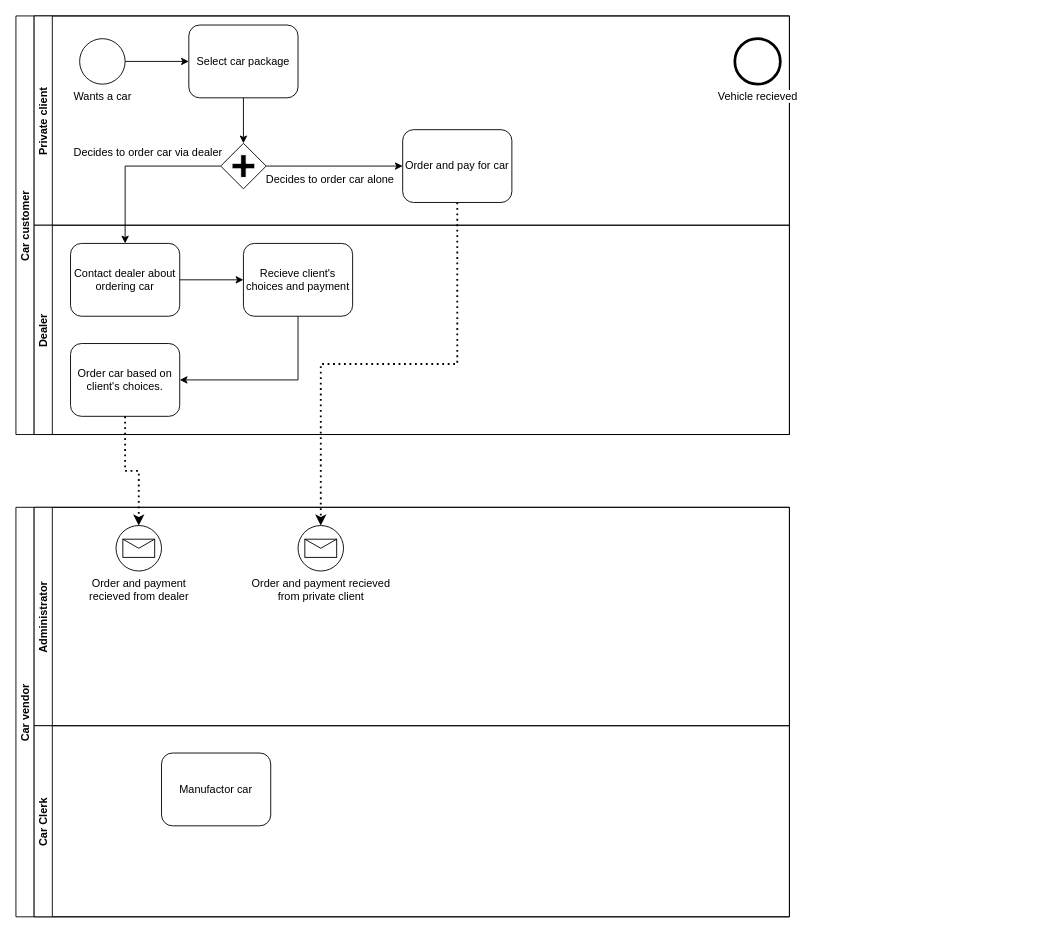
Before: BPMN.drawio in combatants7/Win, a draw.io diagram. Source tidied: cells renumbered, new cells numbered last; positions are measured from the earlier drawing's top-left corner, leaving out a move shared by most shapes. Both pictures are drawn from the tidied source at 91%, with x=0, y=0 at pixel (15, 15).
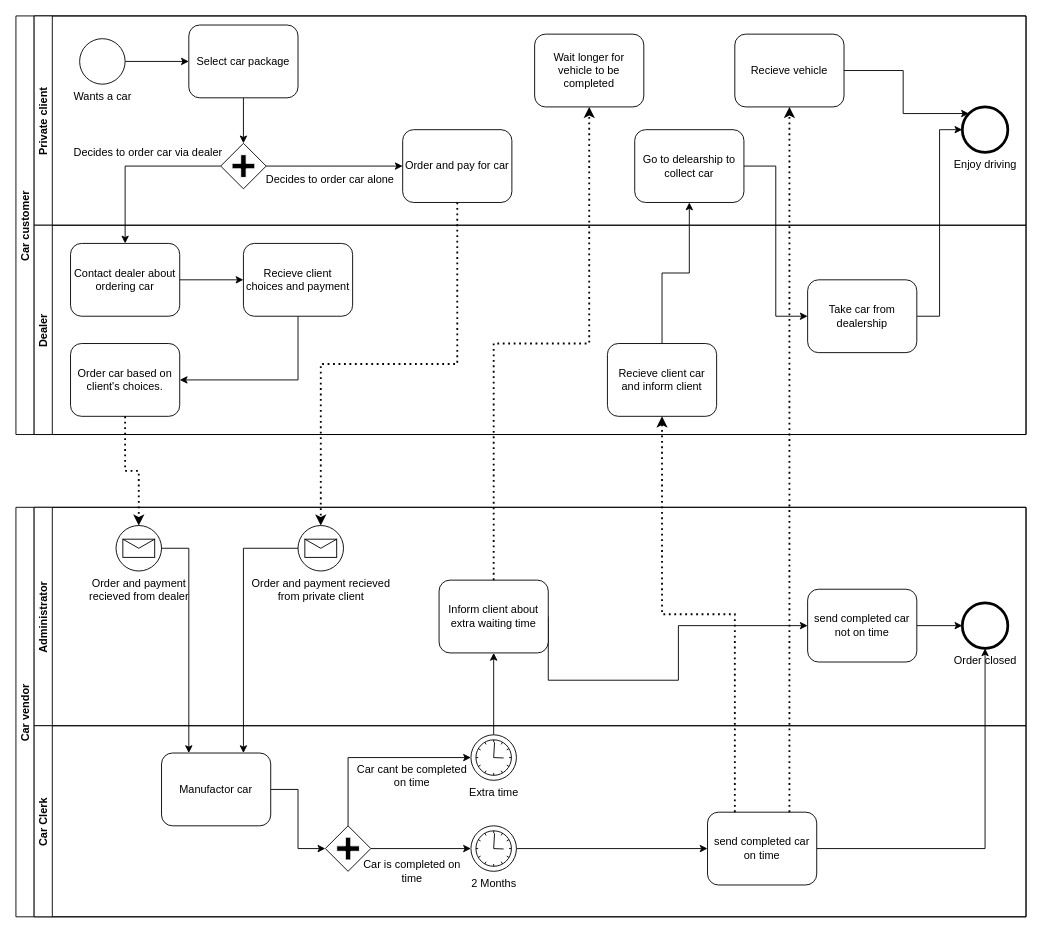
Above is the later version.

Unchanged cells that the change refers to:
```xml
<mxCell id="4" value="&lt;div&gt;Order and payment recieved &lt;br&gt;&lt;/div&gt;&lt;div&gt;from private client&lt;br&gt;&lt;/div&gt;" style="shape=mxgraph.bpmn.shape;html=1;verticalLabelPosition=bottom;labelBackgroundColor=#ffffff;verticalAlign=top;align=center;perimeter=ellipsePerimeter;outlineConnect=0;outline=standard;symbol=message;" parent="3" vertex="1">
  <mxGeometry x="290" y="20" width="50" height="50" as="geometry" />
</mxCell>
<mxCell id="5" value="&lt;div&gt;Order and payment &lt;br&gt;&lt;/div&gt;&lt;div&gt;recieved from dealer&lt;/div&gt;" style="shape=mxgraph.bpmn.shape;html=1;verticalLabelPosition=bottom;labelBackgroundColor=#ffffff;verticalAlign=top;align=center;perimeter=ellipsePerimeter;outlineConnect=0;outline=standard;symbol=message;" parent="3" vertex="1">
  <mxGeometry x="90" y="20" width="50" height="50" as="geometry" />
</mxCell>
<mxCell id="6" value="Manufactor car" style="shape=ext;rounded=1;html=1;whiteSpace=wrap;" parent="2" vertex="1">
  <mxGeometry x="160" y="270" width="120" height="80" as="geometry" />
</mxCell>
```

Diff of the diagram source:
```diff
@@
     <mxCell id="2" value="Car vendor" style="swimlane;startSize=20;horizontal=0;" parent="1" vertex="1">
-      <mxGeometry y="540" width="850" height="450" as="geometry" />
+      <mxGeometry y="540" width="1110" height="450" as="geometry" />
     </mxCell>
     <mxCell id="3" value="Administrator" style="swimlane;startSize=20;horizontal=0;" parent="2" vertex="1">
-      <mxGeometry x="20" width="830" height="240" as="geometry" />
+      <mxGeometry x="20" width="1090" height="240" as="geometry" />
     </mxCell>
@@
+    <mxCell id="29" style="edgeStyle=orthogonalEdgeStyle;rounded=0;jettySize=auto;html=1;exitX=1;exitY=0.5;exitDx=0;exitDy=0;entryX=0;entryY=0.5;entryDx=0;entryDy=0;strokeWidth=1;" parent="3" edge="1" source="30" target="32">
+      <mxGeometry relative="1" as="geometry">
+        <Array as="points">
+          <mxPoint x="565" y="190" />
+          <mxPoint x="708" y="190" />
+          <mxPoint x="708" y="130" />
+        </Array>
+      </mxGeometry>
+    </mxCell>
+    <mxCell id="30" value="Inform client about extra waiting time" style="shape=ext;rounded=1;html=1;whiteSpace=wrap;" parent="3" vertex="1">
+      <mxGeometry x="445" y="80" width="120" height="80" as="geometry" />
+    </mxCell>
+    <mxCell id="31" style="edgeStyle=orthogonalEdgeStyle;rounded=0;jettySize=auto;html=1;exitX=1;exitY=0.5;exitDx=0;exitDy=0;entryX=0;entryY=0.5;entryDx=0;entryDy=0;strokeWidth=1;" parent="3" edge="1" source="32" target="33">
+      <mxGeometry relative="1" as="geometry" />
+    </mxCell>
+    <mxCell id="32" value="&lt;div&gt;send completed car &lt;br&gt;&lt;/div&gt;&lt;div&gt;not on time&lt;br&gt;&lt;/div&gt;" style="shape=ext;rounded=1;html=1;whiteSpace=wrap;" parent="3" vertex="1">
+      <mxGeometry x="850" y="90" width="120" height="80" as="geometry" />
+    </mxCell>
+    <mxCell id="33" value="Order closed" style="shape=mxgraph.bpmn.shape;html=1;verticalLabelPosition=bottom;labelBackgroundColor=#ffffff;verticalAlign=top;align=center;perimeter=ellipsePerimeter;outlineConnect=0;outline=end;symbol=general;" parent="3" vertex="1">
+      <mxGeometry x="1020" y="105" width="50" height="50" as="geometry" />
+    </mxCell>
+    <mxCell id="34" style="edgeStyle=orthogonalEdgeStyle;rounded=0;jettySize=auto;html=1;exitX=1;exitY=0.5;exitDx=0;exitDy=0;entryX=0;entryY=0.5;entryDx=0;entryDy=0;strokeWidth=1;" parent="2" edge="1" source="6" target="37">
+      <mxGeometry relative="1" as="geometry" />
+    </mxCell>
@@
+    <mxCell id="35" style="edgeStyle=orthogonalEdgeStyle;rounded=0;jettySize=auto;html=1;exitX=1;exitY=0.5;exitDx=0;exitDy=0;entryX=0;entryY=0.5;entryDx=0;entryDy=0;strokeWidth=1;" parent="2" edge="1" source="37" target="39">
+      <mxGeometry relative="1" as="geometry" />
+    </mxCell>
+    <mxCell id="36" style="edgeStyle=orthogonalEdgeStyle;rounded=0;jettySize=auto;html=1;exitX=0.5;exitY=0;exitDx=0;exitDy=0;entryX=0;entryY=0.5;entryDx=0;entryDy=0;strokeWidth=1;" parent="2" edge="1" source="37" target="42">
+      <mxGeometry relative="1" as="geometry" />
+    </mxCell>
+    <mxCell id="37" style="shape=mxgraph.bpmn.shape;html=1;verticalLabelPosition=bottom;labelBackgroundColor=#ffffff;verticalAlign=top;align=center;perimeter=rhombusPerimeter;background=gateway;outlineConnect=0;outline=none;symbol=parallelGw;" parent="2" vertex="1">
+      <mxGeometry x="340" y="350" width="50" height="50" as="geometry" />
+    </mxCell>
+    <mxCell id="38" style="edgeStyle=orthogonalEdgeStyle;rounded=0;jettySize=auto;html=1;exitX=1;exitY=0.5;exitDx=0;exitDy=0;entryX=0;entryY=0.5;entryDx=0;entryDy=0;strokeWidth=1;" parent="2" edge="1" source="39" target="46">
+      <mxGeometry relative="1" as="geometry" />
+    </mxCell>
+    <mxCell id="39" value="2 Months" style="shape=mxgraph.bpmn.shape;html=1;verticalLabelPosition=bottom;labelBackgroundColor=#ffffff;verticalAlign=top;align=center;perimeter=ellipsePerimeter;outlineConnect=0;outline=standard;symbol=timer;" parent="2" vertex="1">
+      <mxGeometry x="500" y="350" width="50" height="50" as="geometry" />
+    </mxCell>
+    <mxCell id="40" value="&lt;div&gt;Car is completed on&lt;/div&gt;&lt;div&gt;time&lt;br&gt;&lt;/div&gt;" style="text;html=1;align=center;verticalAlign=middle;" parent="2" vertex="1">
+      <mxGeometry x="375" y="385" width="120" height="30" as="geometry" />
+    </mxCell>
+    <mxCell id="41" style="edgeStyle=orthogonalEdgeStyle;rounded=0;jettySize=auto;html=1;exitX=0.5;exitY=0;exitDx=0;exitDy=0;entryX=0.5;entryY=1;entryDx=0;entryDy=0;strokeWidth=1;" parent="2" edge="1" source="42" target="30">
+      <mxGeometry relative="1" as="geometry" />
+    </mxCell>
+    <mxCell id="42" value="Extra time" style="shape=mxgraph.bpmn.shape;html=1;verticalLabelPosition=bottom;labelBackgroundColor=#ffffff;verticalAlign=top;align=center;perimeter=ellipsePerimeter;outlineConnect=0;outline=standard;symbol=timer;" parent="2" vertex="1">
+      <mxGeometry x="500" y="250" width="50" height="50" as="geometry" />
+    </mxCell>
+    <mxCell id="43" style="edgeStyle=orthogonalEdgeStyle;rounded=0;jettySize=auto;html=1;exitX=1;exitY=0.5;exitDx=0;exitDy=0;entryX=0.25;entryY=0;entryDx=0;entryDy=0;strokeWidth=1;" parent="2" edge="1" source="5" target="6">
+      <mxGeometry relative="1" as="geometry" />
+    </mxCell>
+    <mxCell id="44" style="edgeStyle=orthogonalEdgeStyle;rounded=0;jettySize=auto;html=1;exitX=0;exitY=0.5;exitDx=0;exitDy=0;entryX=0.75;entryY=0;entryDx=0;entryDy=0;strokeWidth=1;" parent="2" edge="1" source="4" target="6">
+      <mxGeometry relative="1" as="geometry" />
+    </mxCell>
+    <mxCell id="45" style="edgeStyle=orthogonalEdgeStyle;rounded=0;jettySize=auto;html=1;exitX=1;exitY=0.5;exitDx=0;exitDy=0;entryX=0.5;entryY=1;entryDx=0;entryDy=0;strokeWidth=1;" parent="2" edge="1" source="46" target="33">
+      <mxGeometry relative="1" as="geometry" />
+    </mxCell>
+    <mxCell id="46" value="&lt;div&gt;send completed car&lt;/div&gt;&lt;div&gt;on time&lt;br&gt;&lt;/div&gt;" style="shape=ext;rounded=1;html=1;whiteSpace=wrap;" parent="2" vertex="1">
+      <mxGeometry x="760" y="335" width="120" height="80" as="geometry" />
+    </mxCell>
+    <mxCell id="47" value="&lt;div&gt;Car cant be completed&lt;/div&gt;&lt;div&gt;on time&lt;br&gt;&lt;/div&gt;" style="text;html=1;align=center;verticalAlign=middle;" parent="2" vertex="1">
+      <mxGeometry x="365" y="280" width="140" height="30" as="geometry" />
+    </mxCell>
     <mxCell id="7" value="Car Clerk" style="swimlane;startSize=20;horizontal=0;" parent="1" vertex="1">
-      <mxGeometry x="20" y="780" width="830" height="210" as="geometry" />
+      <mxGeometry x="20" y="780" width="1090" height="210" as="geometry" />
     </mxCell>
     <mxCell id="8" value="Car customer" style="swimlane;startSize=20;horizontal=0;" parent="1" vertex="1">
-      <mxGeometry width="850" height="460" as="geometry" />
+      <mxGeometry width="1110" height="460" as="geometry" />
     </mxCell>
     <mxCell id="9" value="Private client" style="swimlane;startSize=20;horizontal=0;" parent="8" vertex="1">
-      <mxGeometry x="20" width="830" height="230" as="geometry" />
+      <mxGeometry x="20" width="1090" height="230" as="geometry" />
     </mxCell>
@@
-    <mxCell id="19" value="Vehicle recieved" style="shape=mxgraph.bpmn.shape;html=1;verticalLabelPosition=bottom;labelBackgroundColor=#ffffff;verticalAlign=top;align=center;perimeter=ellipsePerimeter;outlineConnect=0;outline=end;symbol=general;" parent="9" vertex="1">
-      <mxGeometry x="770" y="25" width="50" height="50" as="geometry" />
+    <mxCell id="19" value="Enjoy driving" style="shape=mxgraph.bpmn.shape;html=1;verticalLabelPosition=bottom;labelBackgroundColor=#ffffff;verticalAlign=top;align=center;perimeter=ellipsePerimeter;outlineConnect=0;outline=end;symbol=general;" parent="9" vertex="1">
+      <mxGeometry x="1020" y="100" width="50" height="50" as="geometry" />
     </mxCell>
+    <mxCell id="48" value="Wait longer for vehicle to be completed" style="shape=ext;rounded=1;html=1;whiteSpace=wrap;" parent="9" vertex="1">
+      <mxGeometry x="550" y="20" width="120" height="80" as="geometry" />
+    </mxCell>
+    <mxCell id="49" style="edgeStyle=orthogonalEdgeStyle;rounded=0;jettySize=auto;html=1;exitX=1;exitY=0.5;exitDx=0;exitDy=0;entryX=0.145;entryY=0.145;entryDx=0;entryDy=0;strokeWidth=1;entryPerimeter=0;" parent="9" edge="1" source="50" target="19">
+      <mxGeometry relative="1" as="geometry" />
+    </mxCell>
+    <mxCell id="50" value="Recieve vehicle" style="shape=ext;rounded=1;html=1;whiteSpace=wrap;" parent="9" vertex="1">
+      <mxGeometry x="770" y="20" width="120" height="80" as="geometry" />
+    </mxCell>
+    <mxCell id="51" value="Go to delearship to collect car" style="shape=ext;rounded=1;html=1;whiteSpace=wrap;" parent="9" vertex="1">
+      <mxGeometry x="660" y="125" width="120" height="80" as="geometry" />
+    </mxCell>
@@
-    <mxCell id="24" value="Recieve client's choices and payment" style="shape=ext;rounded=1;html=1;whiteSpace=wrap;" parent="8" vertex="1">
+    <mxCell id="24" value="Recieve client choices and payment" style="shape=ext;rounded=1;html=1;whiteSpace=wrap;" parent="8" vertex="1">
       <mxGeometry x="250" y="250" width="120" height="80" as="geometry" />
     </mxCell>
@@
+    <mxCell id="52" style="edgeStyle=orthogonalEdgeStyle;rounded=0;jettySize=auto;html=1;exitX=0.5;exitY=0;exitDx=0;exitDy=0;entryX=0.5;entryY=1;entryDx=0;entryDy=0;strokeWidth=1;" parent="8" edge="1" source="53" target="51">
+      <mxGeometry relative="1" as="geometry" />
+    </mxCell>
+    <mxCell id="53" value="Recieve client car and inform client" style="shape=ext;rounded=1;html=1;whiteSpace=wrap;" parent="8" vertex="1">
+      <mxGeometry x="650" y="360" width="120" height="80" as="geometry" />
+    </mxCell>
+    <mxCell id="54" style="edgeStyle=orthogonalEdgeStyle;rounded=0;jettySize=auto;html=1;exitX=1;exitY=0.5;exitDx=0;exitDy=0;strokeWidth=1;entryX=0;entryY=0.5;entryDx=0;entryDy=0;" parent="8" edge="1" source="55" target="19">
+      <mxGeometry relative="1" as="geometry" />
+    </mxCell>
+    <mxCell id="55" value="Take car from dealership" style="shape=ext;rounded=1;html=1;whiteSpace=wrap;" parent="8" vertex="1">
+      <mxGeometry x="870" y="290" width="120" height="80" as="geometry" />
+    </mxCell>
+    <mxCell id="56" style="edgeStyle=orthogonalEdgeStyle;rounded=0;jettySize=auto;html=1;exitX=1;exitY=0.5;exitDx=0;exitDy=0;entryX=0;entryY=0.5;entryDx=0;entryDy=0;strokeWidth=1;" parent="8" edge="1" source="51" target="55">
+      <mxGeometry relative="1" as="geometry" />
+    </mxCell>
     <mxCell id="26" value="Dealer" style="swimlane;startSize=20;horizontal=0;" parent="1" vertex="1">
-      <mxGeometry x="20" y="230" width="830" height="230" as="geometry" />
+      <mxGeometry x="20" y="230" width="1090" height="230" as="geometry" />
     </mxCell>
@@
+    <mxCell id="57" style="edgeStyle=orthogonalEdgeStyle;rounded=0;jettySize=auto;html=1;exitX=0.5;exitY=0;exitDx=0;exitDy=0;entryX=0.5;entryY=1;entryDx=0;entryDy=0;strokeWidth=1;strokeColor=none;dashed=1;dashPattern=1 1;" parent="1" edge="1" source="30" target="48">
+      <mxGeometry relative="1" as="geometry" />
+    </mxCell>
+    <mxCell id="58" style="edgeStyle=orthogonalEdgeStyle;rounded=0;jettySize=auto;html=1;exitX=0.5;exitY=0;exitDx=0;exitDy=0;entryX=0.5;entryY=1;entryDx=0;entryDy=0;dashed=1;strokeWidth=2;dashPattern=1 2;" parent="1" edge="1" source="30" target="48">
+      <mxGeometry relative="1" as="geometry" />
+    </mxCell>
+    <mxCell id="59" style="edgeStyle=orthogonalEdgeStyle;rounded=0;jettySize=auto;html=1;exitX=0.25;exitY=0;exitDx=0;exitDy=0;entryX=0.5;entryY=1;entryDx=0;entryDy=0;strokeWidth=2;dashed=1;dashPattern=1 2;" parent="1" edge="1" source="46" target="53">
+      <mxGeometry relative="1" as="geometry" />
+    </mxCell>
+    <mxCell id="60" style="edgeStyle=orthogonalEdgeStyle;rounded=0;jettySize=auto;html=1;exitX=0.75;exitY=0;exitDx=0;exitDy=0;entryX=0.5;entryY=1;entryDx=0;entryDy=0;strokeWidth=2;dashed=1;dashPattern=1 2;" parent="1" edge="1" source="46" target="50">
+      <mxGeometry relative="1" as="geometry" />
+    </mxCell>
```
